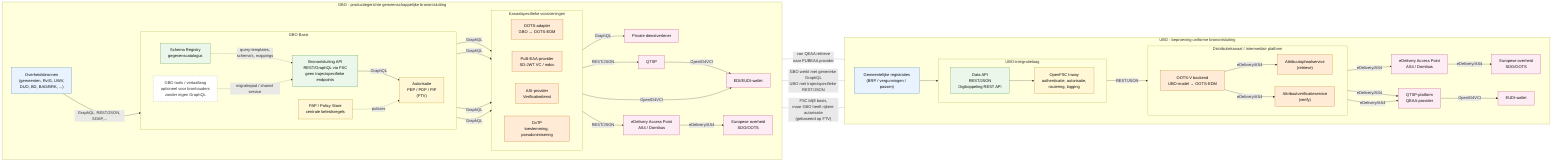
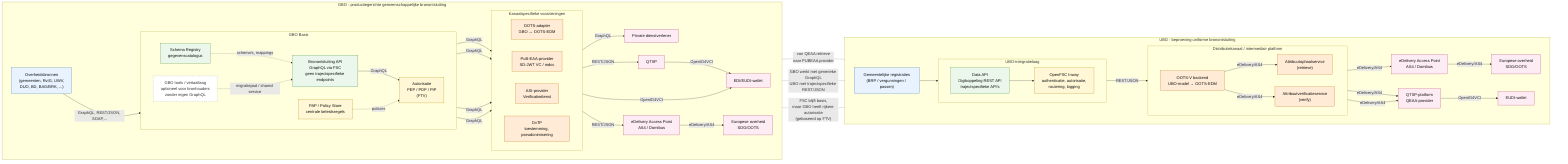
flowchart LR
    %% Vergelijking UBO en GBO

    classDef bron fill:#E8F3FF,stroke:#2F6FA3,stroke-width:1px,color:#111
    classDef api fill:#EAF7EA,stroke:#3B8A3E,stroke-width:1px,color:#111
    classDef auth fill:#FFF7D6,stroke:#B88A00,stroke-width:1px,color:#111
    classDef adapter fill:#FFEBD6,stroke:#C76A00,stroke-width:1px,color:#111
    classDef afnemer fill:#FDECF3,stroke:#B83A6B,stroke-width:1px,color:#111
    classDef optional fill:#FFFFFF,stroke:#999,stroke-dasharray:4 3,color:#333

    subgraph UBO["UBO - beproeving uniforme bronontsluiting"]
        direction LR

        U_REG["Gemeentelijke registraties<br/>(BRP / vergunningen / passen)"]:::bron

        subgraph U_INT["UBO-integratielaag"]
            direction LR
-             U_DATA["Data API<br/>REST/JSON<br/>Digikoppeling REST API"]:::api
+             U_DATA["Data API<br/>Digikoppeling REST API<br/>trajectspecifieke API's"]:::api
            U_INWAY["OpenFSC Inway<br/>authenticatie, autorisatie,<br/>routering, logging"]:::auth
        end

        subgraph U_DIST["Distributiekanaal / intermediair platform"]
            direction LR
-  U_RETRIEVE["Attribuutophaalservice<br/>(retrieve)"]:::adapter
+             U_RETRIEVE["Attribuutophaalservice<br/>(retrieve)"]:::adapter
            U_VERIF["Attribuutverificatieservice<br/>(verify)"]:::adapter
            U_OOTSV["OOTS-V backend<br/>UBO-model → OOTS-EDM"]:::adapter
        end

        U_QTSP["QTSP-platform<br/>QEAA-provider"]:::afnemer
        U_WALLET["EUDI-wallet"]:::afnemer
-             U_EDLV["eDelivery Access Point<br/>AS4 / Domibus"]:::afnemer
+         U_EDLV["eDelivery Access Point<br/>AS4 / Domibus"]:::afnemer
        U_OOTS["Europese overheid<br/>SDG/OOTS"]:::afnemer

        U_REG --> U_DATA --> U_INWAY
        U_INWAY -->|"REST/JSON"| U_OOTSV
        U_RETRIEVE ~~~ U_EDLV
        U_OOTSV -->|"eDelivery/AS4"| U_EDLV -->|"eDelivery/AS4"| U_OOTS
        U_OOTSV -->|"eDelivery/AS4"| U_RETRIEVE -->|"eDelivery/AS4"| U_QTSP
        U_OOTSV -->|"eDelivery/AS4"| U_VERIF -->|"eDelivery/AS4"| U_QTSP
        U_QTSP -->|"OpenID4VCI"| U_WALLET
    end

    subgraph GBO["GBO - productiegerichte gemeenschappelijke bronontsluiting"]
        direction LR

        G_BRON["Overheidsbronnen<br/>(gemeenten, RvIG, UWV,<br/>DUO, BD, BAG/BRK, ...)"]:::bron

        subgraph G_BASIS["GBO Basis"]
            direction LR
            G_TRANS["GBO tools / vertaallaag<br/>optioneel voor bronhouders<br/>zonder eigen GraphQL"]:::optional
-            G_CAT["Schema Registry<br/>gegevenscatalogus"]:::api
-              G_API["Bronontsluiting API<br/>REST/GraphQL via FSC<br/>geen trajectspecifieke endpoints"]:::api
+             G_CAT["Schema Registry<br/>gegevenscatalogus"]:::api
+             G_API["Bronontsluiting API<br/>GraphQL via FSC<br/>geen trajectspecifieke endpoints"]:::api
            G_AUTH["Autorisatie<br/>PEP / PDP / PIP<br/>(FTV)"]:::auth
            G_PAP["PAP / Policy Store<br/>centrale beleidsregels"]:::auth
        end

        subgraph G_WP["Kanaalspecifieke voorzieningen"]
            direction LR
            G_OOTS_AD["OOTS-adapter<br/>GBO ↔ OOTS-EDM"]:::adapter
            G_PUBEAA["PuB-EAA-provider<br/>SD-JWT VC / mdoc"]:::adapter
            G_ASI["ASI-provider<br/>Verificatiedienst"]:::adapter
            G_DVTP["DvTP<br/>toestemming, pseudonimisering"]:::adapter
        end

        G_WALLET["EDI/EUDI-wallet"]:::afnemer
        G_QTSP["QTSP"]:::afnemer
        G_OOTS_BI["eDelivery Access Point<br/>AS4 / Domibus"]:::afnemer
        G_OOTS["Europese overheid<br/>SDG/OOTS"]:::afnemer
        G_PRIV["Private dienstverlener"]:::afnemer

        G_BRON ~~~ G_CAT
-         G_CAT -. "query-templates,<br/>schema's, mappings" .-> G_API
+         G_CAT -. "schema's, mappings" .-> G_API
        G_BRON -->|"GraphQL, REST/JSON, SOAP,..."| G_API
        G_TRANS -. "migratiepad / shared service" .-> G_API
        G_API -->|"GraphQL"| G_AUTH
        G_PAP -. "policies" .-> G_AUTH

        G_AUTH -->|"GraphQL"| G_DVTP -->|"GraphQL"| G_PRIV
        G_AUTH -->|"GraphQL"| G_ASI -->|"REST/JSON"| G_QTSP -->|"OpenID4VCI"| G_WALLET
        G_AUTH -->|"GraphQL"| G_PUBEAA -->|"OpenID4VCI"| G_WALLET
        G_AUTH -->|"GraphQL"| G_OOTS_AD -->|"REST/JSON"| G_OOTS_BI -->|"eDelivery/AS4"| G_OOTS
    end

    %% Vergelijkingslijnen
    U_DATA -. "GBO werkt met generieke GraphQL<br/>UBO met trajectspecifieke REST/JSON" .- G_API
    U_INWAY -. "FSC blijft basis,<br/>maar GBO heeft rijkere autorisatie<br/>(gebaseerd op FTV)" .- G_AUTH
    G_PUBEAA -. "van QEAA retrieve<br/>naar PUBEAA provider" .- U_RETRIEVE
